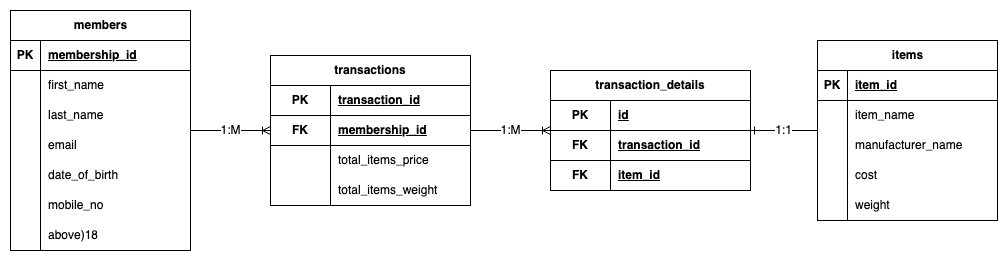
The draw.io diagram databases/er-diagram.png in jeffgorithm/data-engineer-tech-challenge-submission, before a commit. Source tidied: cells renumbered, new cells last; positions are measured from the earlier drawing's top-left corner, leaving out a move shared by most shapes.
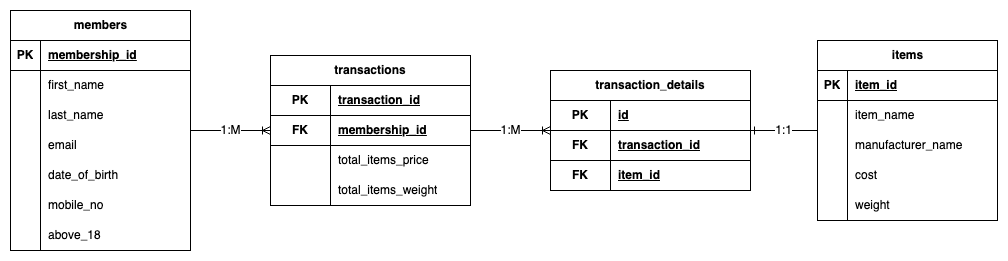
After the commit.

Commit message:
Mod erd

Change to the diagram source:
```diff
@@ -152,7 +152,7 @@
     <mxCell id="51" style="shape=partialRectangle;fillColor=none;top=0;left=0;bottom=0;right=0;overflow=hidden;whiteSpace=wrap;html=1;" parent="50" vertex="1">
       <mxGeometry width="30" height="30" as="geometry" />
     </mxCell>
-    <mxCell id="52" value="above)18" style="shape=partialRectangle;fillColor=none;top=0;left=0;bottom=0;right=0;align=left;spacingLeft=6;overflow=hidden;whiteSpace=wrap;html=1;" parent="50" vertex="1">
+    <mxCell id="52" value="above_18" style="shape=partialRectangle;fillColor=none;top=0;left=0;bottom=0;right=0;align=left;spacingLeft=6;overflow=hidden;whiteSpace=wrap;html=1;" parent="50" vertex="1">
       <mxGeometry x="30" width="150" height="30" as="geometry" />
     </mxCell>
     <mxCell id="53" value="1:M" style="edgeStyle=entityRelationEdgeStyle;fontSize=12;html=1;endArrow=ERoneToMany;rounded=0;" parent="1" edge="1" source="31" target="18">
```
